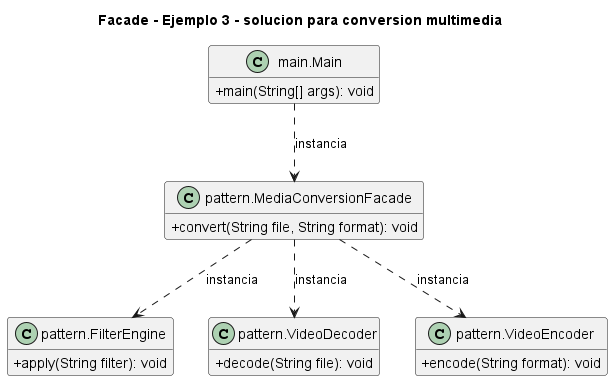
The PlantUML diagram 2. Estructurales/Facade/Ejemplo 3 - solucion para conversion multimedia/UML.png in NicoCG32/Patrones-de-Software-y-Programacion-UCN, before a commit.
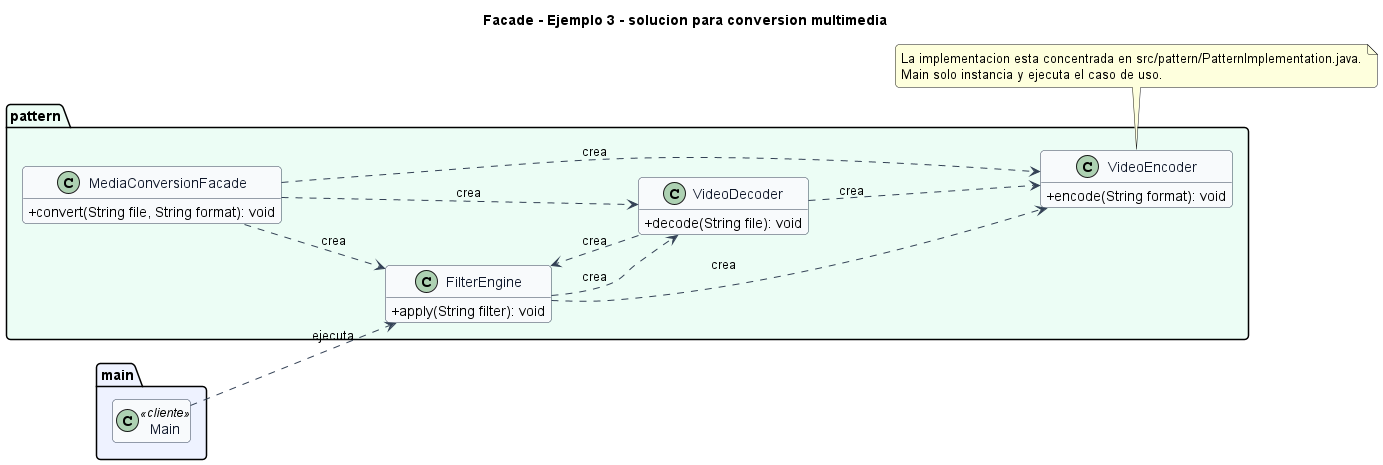
After the change.

What changed in the source:
```diff
@@ -1,24 +1,48 @@
 @startuml
 title Facade - Ejemplo 3 - solucion para conversion multimedia
+left to right direction
+skinparam backgroundColor #FFFFFF
+skinparam shadowing false
+skinparam roundcorner 8
 skinparam classAttributeIconSize 0
-hide empty fields
-class "main.Main" as main_Main {
-  +main(String[] args): void
+skinparam class {
+  BackgroundColor #F8FAFC
+  BorderColor #334155
+  ArrowColor #334155
+  FontColor #0F172A
 }
-class "pattern.FilterEngine" as pattern_FilterEngine {
-  +apply(String filter): void
+hide empty members
+
+package "main" #EEF2FF {
+  class Main <<cliente>>
 }
-class "pattern.MediaConversionFacade" as pattern_MediaConversionFacade {
-  +convert(String file, String format): void
+
+package "pattern" #ECFDF5 {
+  class FilterEngine {
+    +apply(String filter): void
+  }
+  class MediaConversionFacade {
+    +convert(String file, String format): void
+  }
+  class VideoDecoder {
+    +decode(String file): void
+  }
+  class VideoEncoder {
+    +encode(String format): void
+  }
 }
-class "pattern.VideoDecoder" as pattern_VideoDecoder {
-  +decode(String file): void
-}
-class "pattern.VideoEncoder" as pattern_VideoEncoder {
-  +encode(String format): void
-}
-main_Main ..> pattern_MediaConversionFacade : instancia
-pattern_MediaConversionFacade ..> pattern_FilterEngine : instancia
-pattern_MediaConversionFacade ..> pattern_VideoDecoder : instancia
-pattern_MediaConversionFacade ..> pattern_VideoEncoder : instancia
+
+FilterEngine ..> VideoEncoder : crea
+FilterEngine ..> VideoDecoder : crea
+MediaConversionFacade ..> FilterEngine : crea
+MediaConversionFacade ..> VideoEncoder : crea
+MediaConversionFacade ..> VideoDecoder : crea
+VideoDecoder ..> FilterEngine : crea
+VideoDecoder ..> VideoEncoder : crea
+Main ..> FilterEngine : ejecuta
+
+note bottom
+La implementacion esta concentrada en src/pattern/PatternImplementation.java.
+Main solo instancia y ejecuta el caso de uso.
+end note
 @enduml
```
